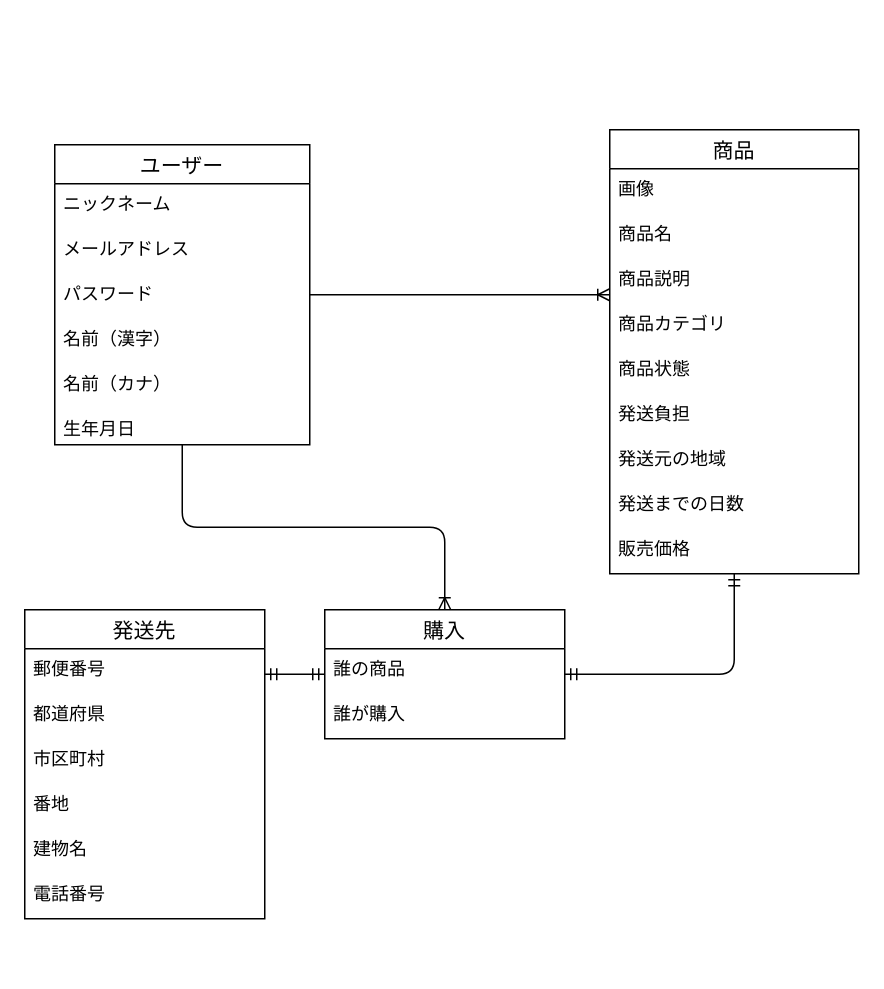
The draw.io diagram ER.dio in choragon0511/furima-29627, before the edit. Source tidied: cells renumbered, new cells numbered last; positions are measured from the earlier drawing's top-left corner, leaving out a move shared by most shapes. Both pictures are drawn from the tidied source at 150%, with x=0, y=0 at pixel (24, 129).
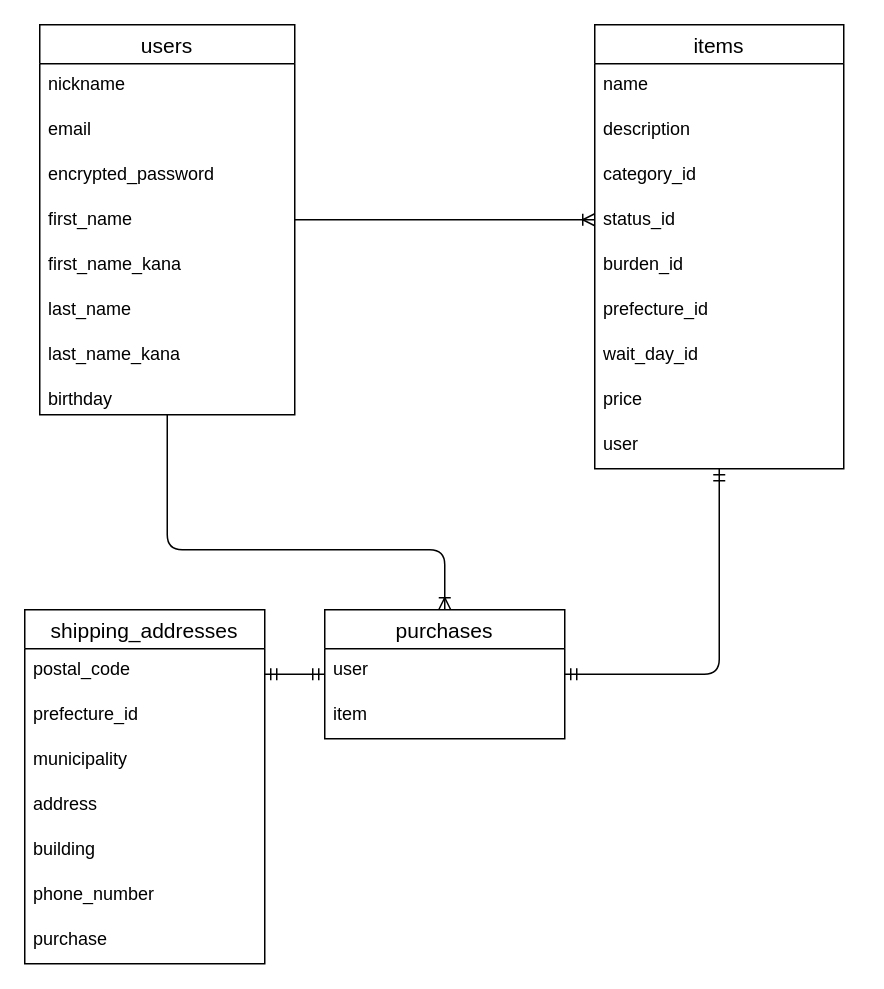
The same diagram, later.

What changed in the source:
```diff
@@
-    <mxCell id="2" value="商品" style="swimlane;fontStyle=0;horizontal=1;startSize=26;align=center;fontSize=14;" parent="1" vertex="1">
-      <mxGeometry x="390" width="166" height="296" as="geometry" />
+    <mxCell id="2" value="items" style="swimlane;fontStyle=0;horizontal=1;startSize=26;align=center;fontSize=14;" parent="1" vertex="1">
+      <mxGeometry x="380" y="-70" width="166" height="296" as="geometry" />
     </mxCell>
-    <mxCell id="3" value="画像" style="text;strokeColor=none;fillColor=none;spacingLeft=4;spacingRight=4;overflow=hidden;fontSize=12;" parent="2" vertex="1">
-      <mxGeometry y="26" width="166" height="30" as="geometry" />
-    </mxCell>
-    <mxCell id="4" value="商品名" style="text;strokeColor=none;fillColor=none;spacingLeft=4;spacingRight=4;overflow=hidden;fontSize=12;align=left;shadow=1;" parent="2" vertex="1">
-      <mxGeometry y="56" width="166" height="30" as="geometry" />
+    <mxCell id="4" value="name" style="text;strokeColor=none;fillColor=none;spacingLeft=4;spacingRight=4;overflow=hidden;fontSize=12;align=left;shadow=1;" parent="2" vertex="1">
+      <mxGeometry y="26" width="166" height="30" as="geometry" />
     </mxCell>
-    <mxCell id="5" value="商品説明" style="text;strokeColor=none;fillColor=none;spacingLeft=4;spacingRight=4;overflow=hidden;fontSize=12;" parent="2" vertex="1">
-      <mxGeometry y="86" width="166" height="30" as="geometry" />
+    <mxCell id="5" value="description" style="text;strokeColor=none;fillColor=none;spacingLeft=4;spacingRight=4;overflow=hidden;fontSize=12;" parent="2" vertex="1">
+      <mxGeometry y="56" width="166" height="30" as="geometry" />
     </mxCell>
-    <mxCell id="6" value="商品カテゴリ" style="text;strokeColor=none;fillColor=none;spacingLeft=4;spacingRight=4;overflow=hidden;fontSize=12;align=left;shadow=1;" parent="2" vertex="1">
-      <mxGeometry y="116" width="166" height="30" as="geometry" />
+    <mxCell id="6" value="category_id" style="text;strokeColor=none;fillColor=none;spacingLeft=4;spacingRight=4;overflow=hidden;fontSize=12;align=left;shadow=1;" parent="2" vertex="1">
+      <mxGeometry y="86" width="166" height="30" as="geometry" />
     </mxCell>
-    <mxCell id="7" value="商品状態" style="text;strokeColor=none;fillColor=none;spacingLeft=4;spacingRight=4;overflow=hidden;fontSize=12;align=left;shadow=1;" parent="2" vertex="1">
-      <mxGeometry y="146" width="166" height="30" as="geometry" />
+    <mxCell id="7" value="status_id" style="text;strokeColor=none;fillColor=none;spacingLeft=4;spacingRight=4;overflow=hidden;fontSize=12;align=left;shadow=1;" parent="2" vertex="1">
+      <mxGeometry y="116" width="166" height="30" as="geometry" />
     </mxCell>
-    <mxCell id="8" value="発送負担" style="text;strokeColor=none;fillColor=none;spacingLeft=4;spacingRight=4;overflow=hidden;fontSize=12;align=left;shadow=1;" parent="2" vertex="1">
-      <mxGeometry y="176" width="166" height="30" as="geometry" />
+    <mxCell id="8" value="burden_id" style="text;strokeColor=none;fillColor=none;spacingLeft=4;spacingRight=4;overflow=hidden;fontSize=12;align=left;shadow=1;" parent="2" vertex="1">
+      <mxGeometry y="146" width="166" height="30" as="geometry" />
     </mxCell>
-    <mxCell id="9" value="発送元の地域" style="text;strokeColor=none;fillColor=none;spacingLeft=4;spacingRight=4;overflow=hidden;fontSize=12;align=left;shadow=1;" parent="2" vertex="1">
-      <mxGeometry y="206" width="166" height="30" as="geometry" />
+    <mxCell id="9" value="prefecture_id" style="text;strokeColor=none;fillColor=none;spacingLeft=4;spacingRight=4;overflow=hidden;fontSize=12;align=left;shadow=1;" parent="2" vertex="1">
+      <mxGeometry y="176" width="166" height="30" as="geometry" />
     </mxCell>
-    <mxCell id="10" value="発送までの日数" style="text;strokeColor=none;fillColor=none;spacingLeft=4;spacingRight=4;overflow=hidden;fontSize=12;align=left;shadow=1;" parent="2" vertex="1">
-      <mxGeometry y="236" width="166" height="30" as="geometry" />
+    <mxCell id="10" value="wait_day_id" style="text;strokeColor=none;fillColor=none;spacingLeft=4;spacingRight=4;overflow=hidden;fontSize=12;align=left;shadow=1;" parent="2" vertex="1">
+      <mxGeometry y="206" width="166" height="30" as="geometry" />
     </mxCell>
+    <mxCell id="34" value="price" style="text;strokeColor=none;fillColor=none;spacingLeft=4;spacingRight=4;overflow=hidden;fontSize=12;" parent="2" vertex="1">
+      <mxGeometry y="236" width="166" height="30" as="geometry" />
+    </mxCell>
-    <mxCell id="11" value="販売価格" style="text;strokeColor=none;fillColor=none;spacingLeft=4;spacingRight=4;overflow=hidden;fontSize=12;align=left;shadow=1;" parent="2" vertex="1">
+    <mxCell id="11" value="user" style="text;strokeColor=none;fillColor=none;spacingLeft=4;spacingRight=4;overflow=hidden;fontSize=12;align=left;shadow=1;" parent="2" vertex="1">
       <mxGeometry y="266" width="166" height="30" as="geometry" />
     </mxCell>
@@
-    <mxCell id="13" value="ユーザー" style="swimlane;fontStyle=0;horizontal=1;startSize=26;align=center;fontSize=14;" parent="1" vertex="1">
-      <mxGeometry x="20" y="10" width="170" height="200" as="geometry" />
+    <mxCell id="13" value="users" style="swimlane;fontStyle=0;horizontal=1;startSize=26;align=center;fontSize=14;" parent="1" vertex="1">
+      <mxGeometry x="10" y="-70" width="170" height="260" as="geometry" />
     </mxCell>
-    <mxCell id="14" value="ニックネーム" style="text;strokeColor=none;fillColor=none;spacingLeft=4;spacingRight=4;overflow=hidden;fontSize=12;" parent="13" vertex="1">
+    <mxCell id="14" value="nickname" style="text;strokeColor=none;fillColor=none;spacingLeft=4;spacingRight=4;overflow=hidden;fontSize=12;" parent="13" vertex="1">
       <mxGeometry y="26" width="170" height="30" as="geometry" />
     </mxCell>
-    <mxCell id="15" value="メールアドレス" style="text;strokeColor=none;fillColor=none;spacingLeft=4;spacingRight=4;overflow=hidden;fontSize=12;" parent="13" vertex="1">
+    <mxCell id="15" value="email" style="text;strokeColor=none;fillColor=none;spacingLeft=4;spacingRight=4;overflow=hidden;fontSize=12;" parent="13" vertex="1">
       <mxGeometry y="56" width="170" height="30" as="geometry" />
     </mxCell>
-    <mxCell id="16" value="パスワード" style="text;strokeColor=none;fillColor=none;spacingLeft=4;spacingRight=4;overflow=hidden;fontSize=12;" parent="13" vertex="1">
+    <mxCell id="16" value="encrypted_password" style="text;strokeColor=none;fillColor=none;spacingLeft=4;spacingRight=4;overflow=hidden;fontSize=12;" parent="13" vertex="1">
       <mxGeometry y="86" width="170" height="30" as="geometry" />
     </mxCell>
-    <mxCell id="17" value="名前（漢字）" style="text;strokeColor=none;fillColor=none;spacingLeft=4;spacingRight=4;overflow=hidden;fontSize=12;" parent="13" vertex="1">
+    <mxCell id="17" value="first_name" style="text;strokeColor=none;fillColor=none;spacingLeft=4;spacingRight=4;overflow=hidden;fontSize=12;" parent="13" vertex="1">
       <mxGeometry y="116" width="170" height="30" as="geometry" />
     </mxCell>
+    <mxCell id="35" value="first_name_kana" style="text;strokeColor=none;fillColor=none;spacingLeft=4;spacingRight=4;overflow=hidden;fontSize=12;" parent="13" vertex="1">
+      <mxGeometry y="146" width="170" height="30" as="geometry" />
+    </mxCell>
-    <mxCell id="18" value="名前（カナ）" style="text;strokeColor=none;fillColor=none;spacingLeft=4;spacingRight=4;overflow=hidden;fontSize=12;" parent="13" vertex="1">
-      <mxGeometry y="146" width="170" height="30" as="geometry" />
+    <mxCell id="18" value="last_name" style="text;strokeColor=none;fillColor=none;spacingLeft=4;spacingRight=4;overflow=hidden;fontSize=12;" parent="13" vertex="1">
+      <mxGeometry y="176" width="170" height="30" as="geometry" />
     </mxCell>
+    <mxCell id="36" value="last_name_kana" style="text;strokeColor=none;fillColor=none;spacingLeft=4;spacingRight=4;overflow=hidden;fontSize=12;" parent="13" vertex="1">
+      <mxGeometry y="206" width="170" height="30" as="geometry" />
+    </mxCell>
-    <mxCell id="19" value="生年月日" style="text;strokeColor=none;fillColor=none;spacingLeft=4;spacingRight=4;overflow=hidden;points=[[0,0.5],[1,0.5]];portConstraint=eastwest;fontSize=12;" parent="13" vertex="1">
-      <mxGeometry y="176" width="170" height="24" as="geometry" />
+    <mxCell id="19" value="birthday" style="text;strokeColor=none;fillColor=none;spacingLeft=4;spacingRight=4;overflow=hidden;points=[[0,0.5],[1,0.5]];portConstraint=eastwest;fontSize=12;" parent="13" vertex="1">
+      <mxGeometry y="236" width="170" height="24" as="geometry" />
     </mxCell>
-    <mxCell id="20" value="購入" style="swimlane;fontStyle=0;horizontal=1;startSize=26;align=center;fontSize=14;" parent="1" vertex="1">
+    <mxCell id="20" value="purchases" style="swimlane;fontStyle=0;horizontal=1;startSize=26;align=center;fontSize=14;" parent="1" vertex="1">
       <mxGeometry x="200" y="320" width="160" height="86" as="geometry" />
     </mxCell>
-    <mxCell id="21" value="誰の商品" style="text;strokeColor=none;fillColor=none;spacingLeft=4;spacingRight=4;overflow=hidden;fontSize=12;" parent="20" vertex="1">
+    <mxCell id="21" value="user" style="text;strokeColor=none;fillColor=none;spacingLeft=4;spacingRight=4;overflow=hidden;fontSize=12;" parent="20" vertex="1">
       <mxGeometry y="26" width="160" height="30" as="geometry" />
     </mxCell>
-    <mxCell id="22" value="誰が購入" style="text;strokeColor=none;fillColor=none;spacingLeft=4;spacingRight=4;overflow=hidden;fontSize=12;" parent="20" vertex="1">
+    <mxCell id="22" value="item" style="text;strokeColor=none;fillColor=none;spacingLeft=4;spacingRight=4;overflow=hidden;fontSize=12;" parent="20" vertex="1">
       <mxGeometry y="56" width="160" height="30" as="geometry" />
     </mxCell>
-    <mxCell id="23" value="発送先" style="swimlane;fontStyle=0;horizontal=1;startSize=26;align=center;fontSize=14;direction=east;" parent="1" vertex="1">
-      <mxGeometry y="320" width="160" height="206" as="geometry" />
+    <mxCell id="23" value="shipping_addresses" style="swimlane;fontStyle=0;horizontal=1;startSize=26;align=center;fontSize=14;direction=east;" parent="1" vertex="1">
+      <mxGeometry y="320" width="160" height="236" as="geometry" />
     </mxCell>
-    <mxCell id="24" value="郵便番号" style="text;strokeColor=none;fillColor=none;spacingLeft=4;spacingRight=4;overflow=hidden;fontSize=12;" parent="23" vertex="1">
+    <mxCell id="24" value="postal_code" style="text;strokeColor=none;fillColor=none;spacingLeft=4;spacingRight=4;overflow=hidden;fontSize=12;" parent="23" vertex="1">
       <mxGeometry y="26" width="160" height="30" as="geometry" />
     </mxCell>
-    <mxCell id="25" value="都道府県" style="text;strokeColor=none;fillColor=none;spacingLeft=4;spacingRight=4;overflow=hidden;fontSize=12;" parent="23" vertex="1">
+    <mxCell id="25" value="prefecture_id" style="text;strokeColor=none;fillColor=none;spacingLeft=4;spacingRight=4;overflow=hidden;fontSize=12;" parent="23" vertex="1">
       <mxGeometry y="56" width="160" height="30" as="geometry" />
     </mxCell>
-    <mxCell id="26" value="市区町村" style="text;strokeColor=none;fillColor=none;spacingLeft=4;spacingRight=4;overflow=hidden;fontSize=12;" parent="23" vertex="1">
+    <mxCell id="26" value="municipality" style="text;strokeColor=none;fillColor=none;spacingLeft=4;spacingRight=4;overflow=hidden;fontSize=12;" parent="23" vertex="1">
       <mxGeometry y="86" width="160" height="30" as="geometry" />
     </mxCell>
-    <mxCell id="27" value="番地" style="text;strokeColor=none;fillColor=none;spacingLeft=4;spacingRight=4;overflow=hidden;fontSize=12;align=left;shadow=1;" parent="23" vertex="1">
+    <mxCell id="27" value="address" style="text;strokeColor=none;fillColor=none;spacingLeft=4;spacingRight=4;overflow=hidden;fontSize=12;align=left;shadow=1;" parent="23" vertex="1">
       <mxGeometry y="116" width="160" height="30" as="geometry" />
     </mxCell>
-    <mxCell id="28" value="建物名" style="text;strokeColor=none;fillColor=none;spacingLeft=4;spacingRight=4;overflow=hidden;fontSize=12;align=left;shadow=1;" parent="23" vertex="1">
+    <mxCell id="28" value="building" style="text;strokeColor=none;fillColor=none;spacingLeft=4;spacingRight=4;overflow=hidden;fontSize=12;align=left;shadow=1;" parent="23" vertex="1">
       <mxGeometry y="146" width="160" height="30" as="geometry" />
     </mxCell>
-    <mxCell id="29" value="電話番号" style="text;strokeColor=none;fillColor=none;spacingLeft=4;spacingRight=4;overflow=hidden;fontSize=12;align=left;shadow=1;" parent="23" vertex="1">
+    <mxCell id="29" value="phone_number" style="text;strokeColor=none;fillColor=none;spacingLeft=4;spacingRight=4;overflow=hidden;fontSize=12;align=left;shadow=1;" parent="23" vertex="1">
       <mxGeometry y="176" width="160" height="30" as="geometry" />
     </mxCell>
+    <mxCell id="37" value="purchase" style="text;strokeColor=none;fillColor=none;spacingLeft=4;spacingRight=4;overflow=hidden;fontSize=12;align=left;shadow=1;" parent="23" vertex="1">
+      <mxGeometry y="206" width="160" height="30" as="geometry" />
+    </mxCell>
-    <mxCell id="30" style="fontSize=12;html=1;endArrow=ERoneToMany;edgeStyle=elbowEdgeStyle;elbow=vertical;" parent="1" edge="1" source="13" target="20">
-      <mxGeometry relative="1" as="geometry" />
+    <mxCell id="30" style="fontSize=12;html=1;endArrow=ERoneToMany;edgeStyle=elbowEdgeStyle;elbow=vertical;" parent="1" edge="1" source="19" target="20">
+      <mxGeometry relative="1" as="geometry">
+        <Array as="points">
+          <mxPoint x="95" y="280" />
+          <mxPoint x="95" y="230" />
+        </Array>
+      </mxGeometry>
     </mxCell>
```
